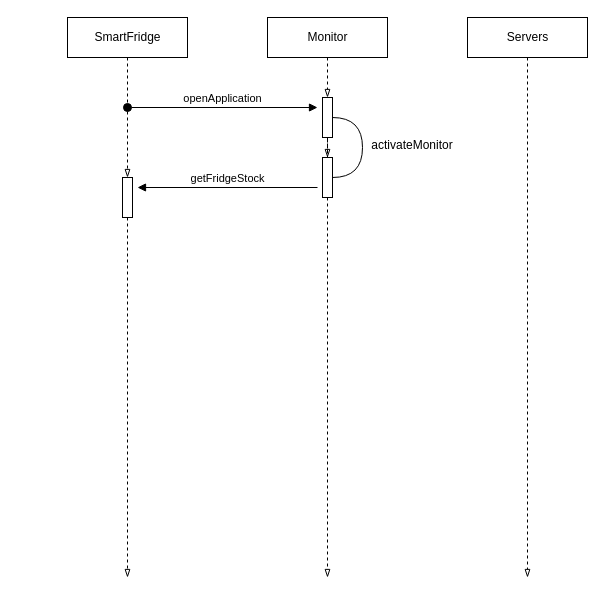
Above: page "SequenceDiagram_SmartFridge" (2 of 2) of FinalExample.drawio in nateqdruen/CISC210Final (draw.io), before the change. Source tidied: cells renumbered, new cells numbered last; positions are measured from the earlier drawing's top-left corner, leaving out a move shared by most shapes. Both pictures are drawn from the tidied source at 100%, with x=0, y=0 at pixel (67, 17).
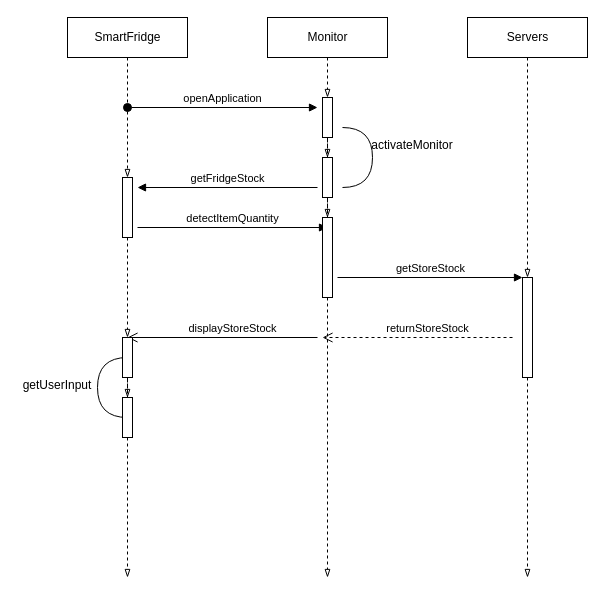
The same diagram, later.

Unchanged cells that the change refers to:
```xml
<mxCell id="7" value="Servers" style="html=1;" parent="1" vertex="1">
  <mxGeometry x="400" width="120" height="40" as="geometry" />
</mxCell>
<mxCell id="11" style="html=1;points=[];perimeter=orthogonalPerimeter;" parent="1" vertex="1">
  <mxGeometry x="255" y="140" width="10" height="40" as="geometry" />
</mxCell>
```

What changed in the source:
```diff
@@
-    <mxCell id="2" style="edgeStyle=orthogonalEdgeStyle;rounded=0;jettySize=auto;html=1;endArrow=blockThin;endFill=0;dashed=1;" parent="1" edge="1" source="15">
+    <mxCell id="2" style="edgeStyle=orthogonalEdgeStyle;rounded=0;jettySize=auto;html=1;endArrow=blockThin;endFill=0;dashed=1;" parent="1" edge="1" source="28">
       <mxGeometry relative="1" as="geometry">
         <mxPoint x="60" y="560" as="targetPoint" />
       </mxGeometry>
     </mxCell>
@@
-    <mxCell id="4" style="edgeStyle=orthogonalEdgeStyle;rounded=0;jettySize=auto;html=1;endArrow=blockThin;endFill=0;dashed=1;" parent="1" edge="1" source="11">
+    <mxCell id="4" style="edgeStyle=orthogonalEdgeStyle;rounded=0;jettySize=auto;html=1;endArrow=blockThin;endFill=0;dashed=1;" parent="1" edge="1" source="19">
       <mxGeometry relative="1" as="geometry">
         <mxPoint x="260" y="560" as="targetPoint" />
       </mxGeometry>
     </mxCell>
@@
-    <mxCell id="6" style="edgeStyle=orthogonalEdgeStyle;rounded=0;jettySize=auto;html=1;endArrow=blockThin;endFill=0;dashed=1;" parent="1" edge="1" source="7">
+    <mxCell id="6" style="edgeStyle=orthogonalEdgeStyle;rounded=0;jettySize=auto;html=1;endArrow=blockThin;endFill=0;dashed=1;" parent="1" edge="1" source="22">
       <mxGeometry relative="1" as="geometry">
         <mxPoint x="460" y="560" as="targetPoint" />
       </mxGeometry>
     </mxCell>
@@
-    <mxCell id="13" style="shape=requiredInterface;html=1;verticalLabelPosition=bottom;" parent="1" vertex="1">
-      <mxGeometry x="265" y="100" width="30" height="60" as="geometry" />
+    <mxCell id="13" style="shape=requiredInterface;html=1;verticalLabelPosition=bottom;direction=west;" parent="1" vertex="1">
+      <mxGeometry x="30" y="340" width="30" height="60" as="geometry" />
     </mxCell>
@@
     <mxCell id="15" style="html=1;points=[];perimeter=orthogonalPerimeter;" parent="1" vertex="1">
-      <mxGeometry x="55" y="160" width="10" height="40" as="geometry" />
+      <mxGeometry x="55" y="160" width="10" height="60" as="geometry" />
     </mxCell>
@@
-    <mxCell id="17" value="&lt;div&gt;getFridgeStock&lt;/div&gt;" style="html=1;verticalAlign=bottom;endArrow=block;entryX=1.5;entryY=0.25;entryDx=0;entryDy=0;entryPerimeter=0;" parent="1" edge="1" target="15">
+    <mxCell id="17" value="&lt;div&gt;getFridgeStock&lt;/div&gt;" style="html=1;verticalAlign=bottom;endArrow=block;" parent="1" edge="1">
       <mxGeometry relative="1" as="geometry">
         <mxPoint x="250" y="170" as="sourcePoint" />
+        <mxPoint x="70" y="170" as="targetPoint" />
       </mxGeometry>
     </mxCell>
+    <mxCell id="18" value="detectItemQuantity" style="html=1;verticalAlign=bottom;endArrow=block;" parent="1" edge="1">
+      <mxGeometry relative="1" as="geometry">
+        <mxPoint x="70" y="210" as="sourcePoint" />
+        <mxPoint x="260" y="210" as="targetPoint" />
+      </mxGeometry>
+    </mxCell>
+    <mxCell id="19" style="html=1;points=[];perimeter=orthogonalPerimeter;" parent="1" vertex="1">
+      <mxGeometry x="255" y="200" width="10" height="80" as="geometry" />
+    </mxCell>
+    <mxCell id="20" style="edgeStyle=orthogonalEdgeStyle;rounded=0;jettySize=auto;html=1;endArrow=blockThin;endFill=0;dashed=1;" parent="1" edge="1" source="11" target="19">
+      <mxGeometry relative="1" as="geometry" />
+    </mxCell>
+    <mxCell id="21" value="getStoreStock" style="html=1;verticalAlign=bottom;endArrow=block;" parent="1" edge="1" target="22">
+      <mxGeometry relative="1" as="geometry">
+        <mxPoint x="270" y="260" as="sourcePoint" />
+      </mxGeometry>
+    </mxCell>
+    <mxCell id="22" style="html=1;points=[];perimeter=orthogonalPerimeter;" parent="1" vertex="1">
+      <mxGeometry x="455" y="260" width="10" height="100" as="geometry" />
+    </mxCell>
+    <mxCell id="23" style="edgeStyle=orthogonalEdgeStyle;rounded=0;jettySize=auto;html=1;endArrow=blockThin;endFill=0;dashed=1;" parent="1" edge="1" source="7" target="22">
+      <mxGeometry relative="1" as="geometry" />
+    </mxCell>
+    <mxCell id="24" value="returnStoreStock" style="html=1;verticalAlign=bottom;endArrow=open;dashed=1;endSize=8;" parent="1" edge="1">
+      <mxGeometry x="-0.11" relative="1" as="geometry">
+        <mxPoint x="445" y="320" as="sourcePoint" />
+        <mxPoint x="255" y="320" as="targetPoint" />
+      </mxGeometry>
+    </mxCell>
+    <mxCell id="25" value="displayStoreStock" style="html=1;verticalAlign=bottom;endArrow=open;endSize=8;" parent="1" edge="1">
+      <mxGeometry x="-0.11" relative="1" as="geometry">
+        <mxPoint x="250" y="320" as="sourcePoint" />
+        <mxPoint x="60" y="320" as="targetPoint" />
+      </mxGeometry>
+    </mxCell>
+    <mxCell id="26" style="html=1;points=[];perimeter=orthogonalPerimeter;" parent="1" vertex="1">
+      <mxGeometry x="55" y="320" width="10" height="40" as="geometry" />
+    </mxCell>
+    <mxCell id="27" style="edgeStyle=orthogonalEdgeStyle;rounded=0;jettySize=auto;html=1;endArrow=blockThin;endFill=0;dashed=1;" parent="1" edge="1" source="15" target="26">
+      <mxGeometry relative="1" as="geometry" />
+    </mxCell>
+    <mxCell id="28" style="html=1;points=[];perimeter=orthogonalPerimeter;" parent="1" vertex="1">
+      <mxGeometry x="55" y="380" width="10" height="40" as="geometry" />
+    </mxCell>
+    <mxCell id="29" style="edgeStyle=orthogonalEdgeStyle;rounded=0;jettySize=auto;html=1;endArrow=blockThin;endFill=0;dashed=1;" parent="1" edge="1" source="26" target="28">
+      <mxGeometry relative="1" as="geometry" />
+    </mxCell>
+    <mxCell id="30" style="shape=requiredInterface;html=1;verticalLabelPosition=bottom;" parent="1" vertex="1">
+      <mxGeometry x="275" y="110" width="30" height="60" as="geometry" />
+    </mxCell>
+    <mxCell id="31" value="getUserInput" style="text;align=center;fontStyle=0;verticalAlign=middle;spacingLeft=3;spacingRight=3;strokeColor=none;" parent="1" vertex="1">
+      <mxGeometry x="-50" y="354" width="80" height="26" as="geometry" />
+    </mxCell>
```
